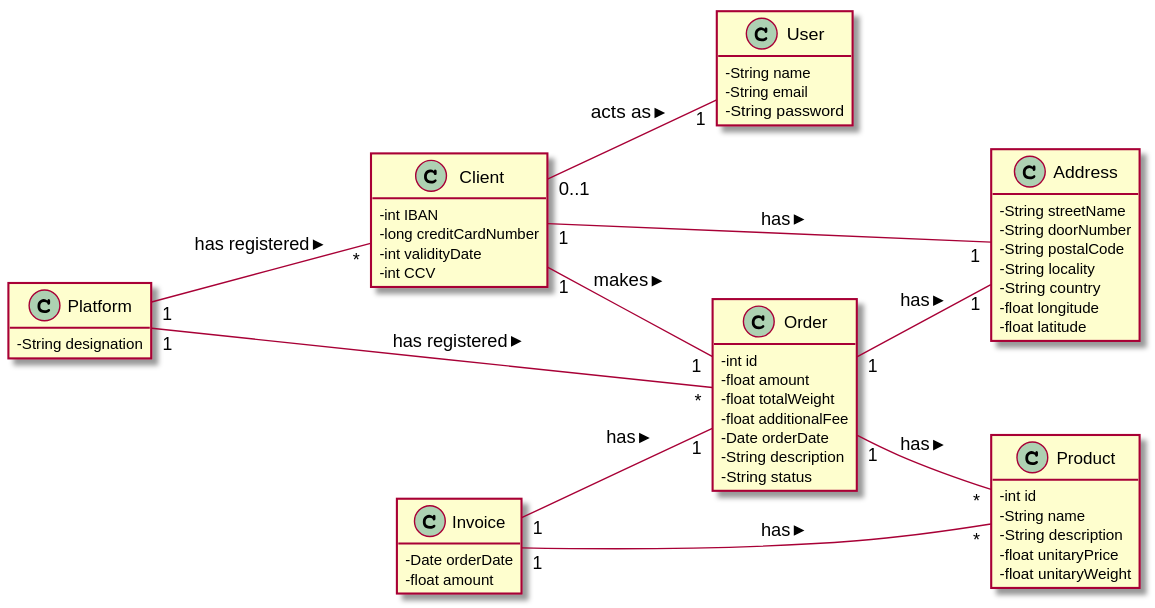
This is docs/Iteration 1/Make An Order/US26_ReceiveInvoice/US26_DM.svg from tiagoavcosta25/LAPR3, a PlantUML export, as it was before one commit.
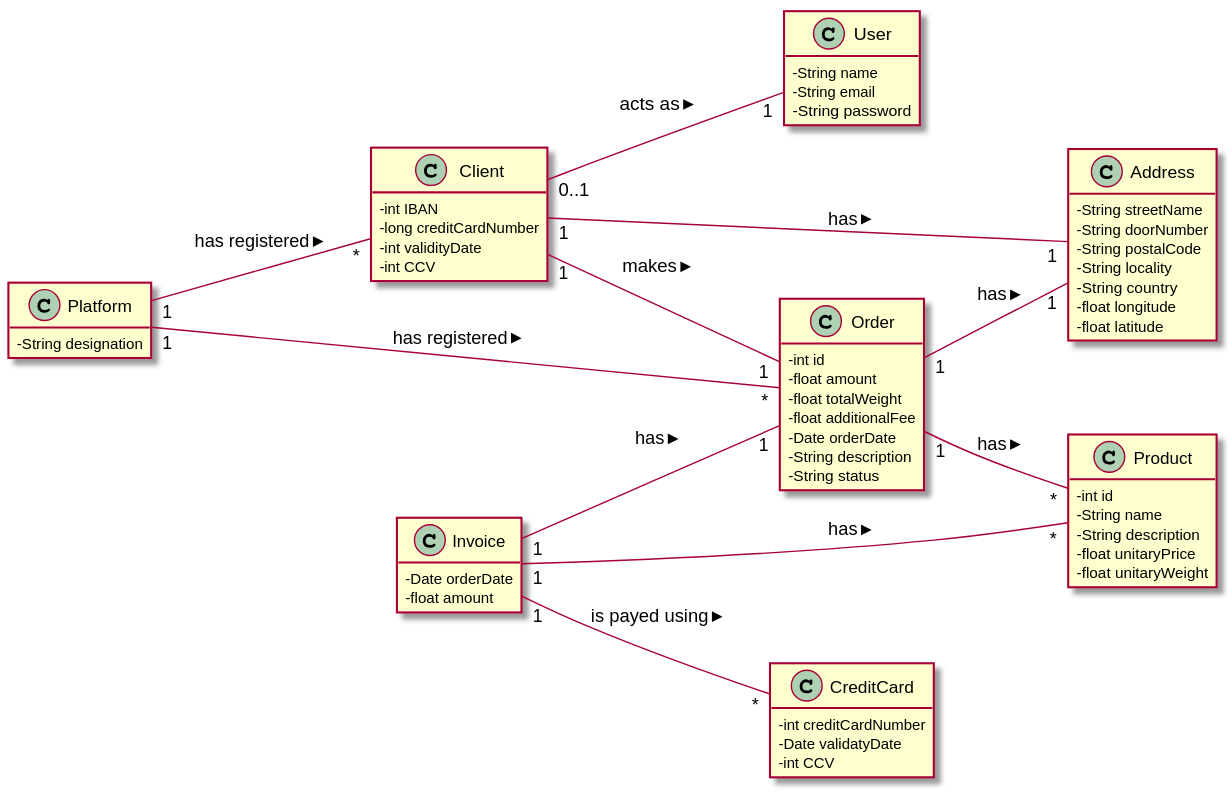
The same diagram one commit later.

Commit message:
LAPR2AP2-26 #developing Receive Invoice [Design]

The edit, as a diff of the source:
```diff
@@ -52,6 +52,12 @@
 -   float amount
 }
 
+class CreditCard{
+-   int creditCardNumber
+-   Date validatyDate
+-   int CCV
+}
+
 Platform "1" -- "*" Client : has registered >
 Platform "1" -- "*" Order : has registered >
 Order "1" -- "*" Product : has >
@@ -61,4 +67,5 @@
 Order "1" -- "1" Address : has >
 Invoice "1" -- "1" Order : has >
 Invoice "1" -- "*" Product : has >
+Invoice "1" -- "*" CreditCard : is payed using >
 @enduml
```
